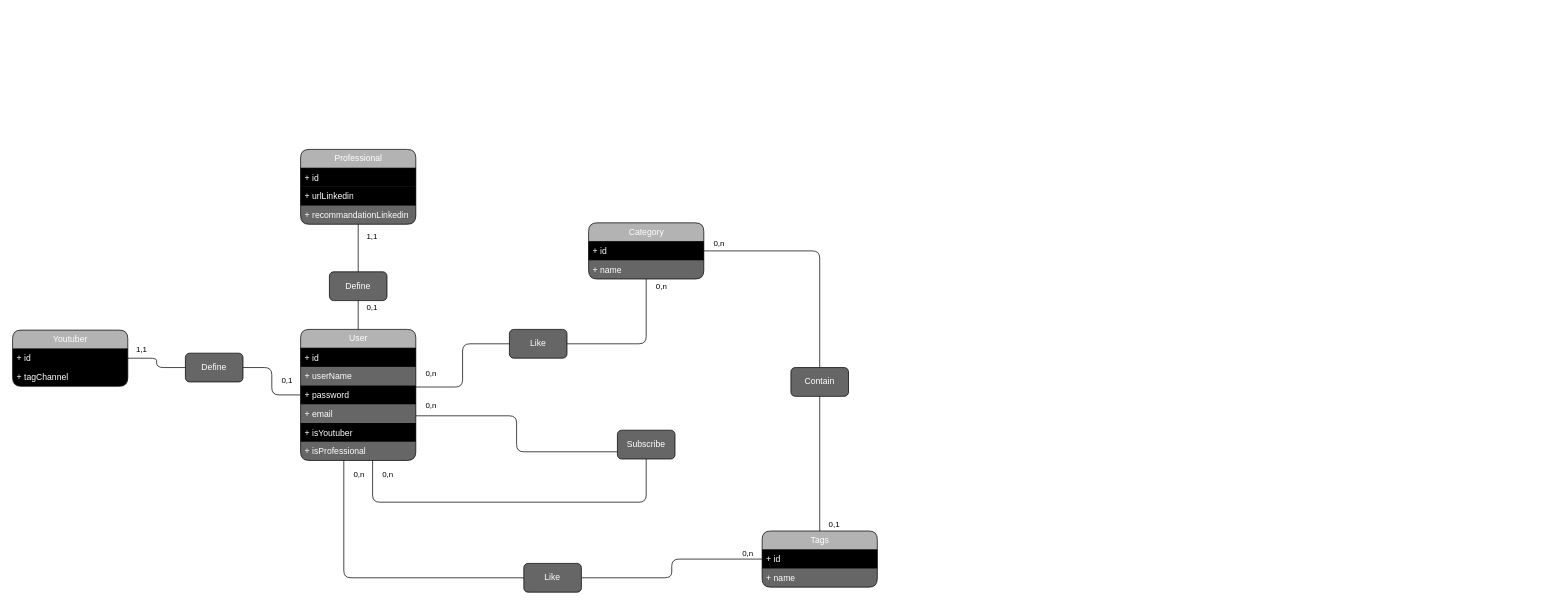
Earlier version of the draw.io diagram youlinkMLD.drawio (C-Alexis4414/Links-to-Experts-Back). Source tidied: cells renumbered, new cells numbered last; positions are measured from the earlier drawing's top-left corner, leaving out a move shared by most shapes. Both pictures are drawn from the tidied source at 72%, with x=0, y=0 at pixel (12, 149).
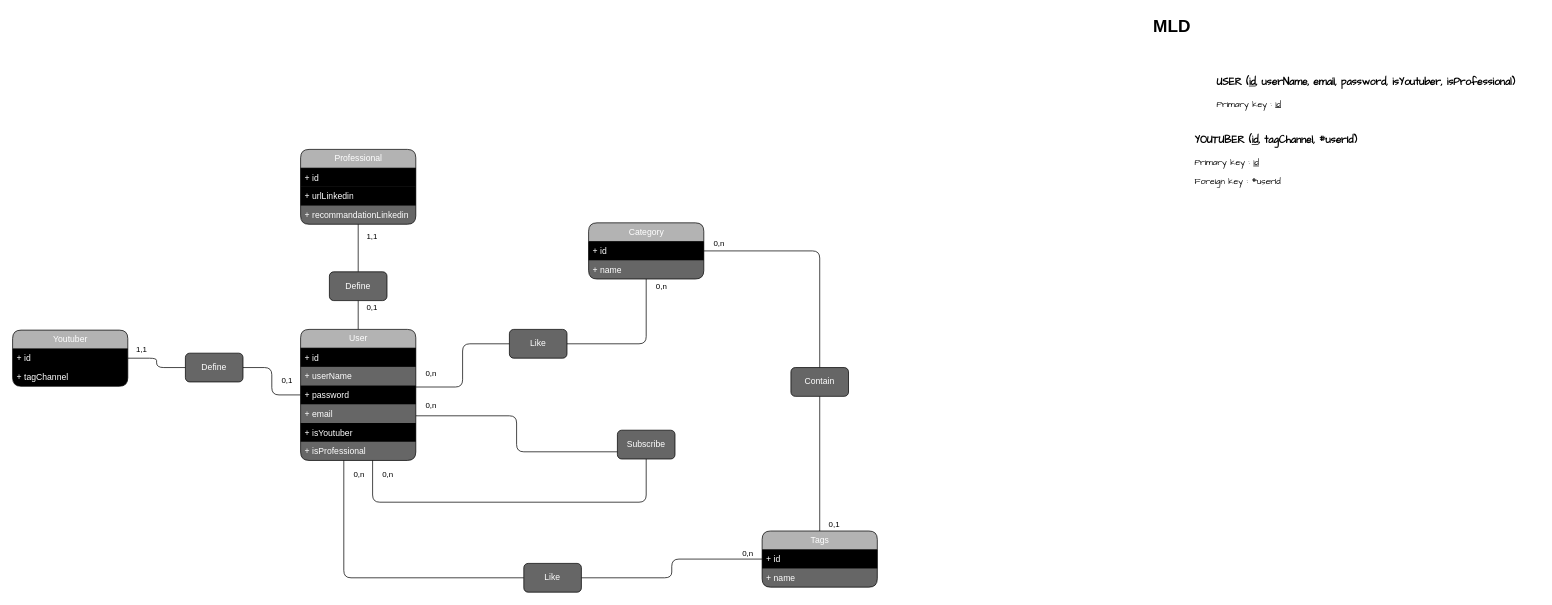
After the change.

Commit message:
YL-81 WIP : First tables of MLD

Change to the diagram source:
```diff
@@
+    <mxCell id="52" value="MLD" style="text;strokeColor=none;fillColor=none;html=1;fontSize=24;fontStyle=1;verticalAlign=middle;align=center;" parent="1" vertex="1">
+      <mxGeometry x="1560" y="-190" width="100" height="40" as="geometry" />
+    </mxCell>
+    <mxCell id="53" value="&lt;blockquote style=&quot;margin: 0 0 0 40px; border: none; padding: 0px;&quot;&gt;&lt;h3 style=&quot;text-align: left;&quot;&gt;&lt;font style=&quot;color: light-dark(rgb(0, 0, 0), rgb(0, 0, 0));&quot; face=&quot;Comic Sans MS&quot;&gt;&lt;b style=&quot;line-height: 100%;&quot;&gt;USER &lt;/b&gt;(&lt;u&gt;id&lt;/u&gt;, userName, email, password, isYoutuber, isProfessional)&lt;/font&gt;&lt;/h3&gt;&lt;p style=&quot;text-align: left;&quot;&gt;&lt;font style=&quot;color: light-dark(rgb(0, 0, 0), rgb(0, 0, 0));&quot; face=&quot;Comic Sans MS&quot;&gt;Primary key : &lt;u&gt;id&lt;/u&gt;&lt;/font&gt;&lt;/p&gt;&lt;/blockquote&gt;" style="rounded=1;whiteSpace=wrap;html=1;strokeColor=none;arcSize=25;fillColor=light-dark(#FFFFFF,#B3B3B3);" parent="1" vertex="1">
+      <mxGeometry x="1600" y="-110" width="520" height="60" as="geometry" />
+    </mxCell>
+    <mxCell id="54" value="&lt;blockquote style=&quot;margin: 0 0 0 40px; border: none; padding: 0px;&quot;&gt;&lt;h3 style=&quot;&quot;&gt;&lt;font style=&quot;color: light-dark(rgb(0, 0, 0), rgb(0, 0, 0));&quot; face=&quot;Comic Sans MS&quot;&gt;&lt;b style=&quot;line-height: 100%;&quot;&gt;YOUTUBER&amp;nbsp;&lt;/b&gt;(&lt;u&gt;id&lt;/u&gt;, tagChannel, #userId)&lt;/font&gt;&lt;/h3&gt;&lt;p style=&quot;&quot;&gt;&lt;font style=&quot;color: light-dark(rgb(0, 0, 0), rgb(0, 0, 0));&quot; face=&quot;Comic Sans MS&quot;&gt;Primary key : &lt;u&gt;id&lt;/u&gt;&lt;/font&gt;&lt;/p&gt;&lt;p style=&quot;&quot;&gt;&lt;font style=&quot;color: light-dark(rgb(0, 0, 0), rgb(0, 0, 0));&quot; face=&quot;Comic Sans MS&quot;&gt;Foreign key : #userId&lt;/font&gt;&lt;/p&gt;&lt;/blockquote&gt;" style="rounded=1;whiteSpace=wrap;html=1;strokeColor=none;align=left;fillColor=light-dark(#FFFFFF,#B3B3B3);" parent="1" vertex="1">
+      <mxGeometry x="1600" y="-30" width="520" height="90" as="geometry" />
+    </mxCell>
```
